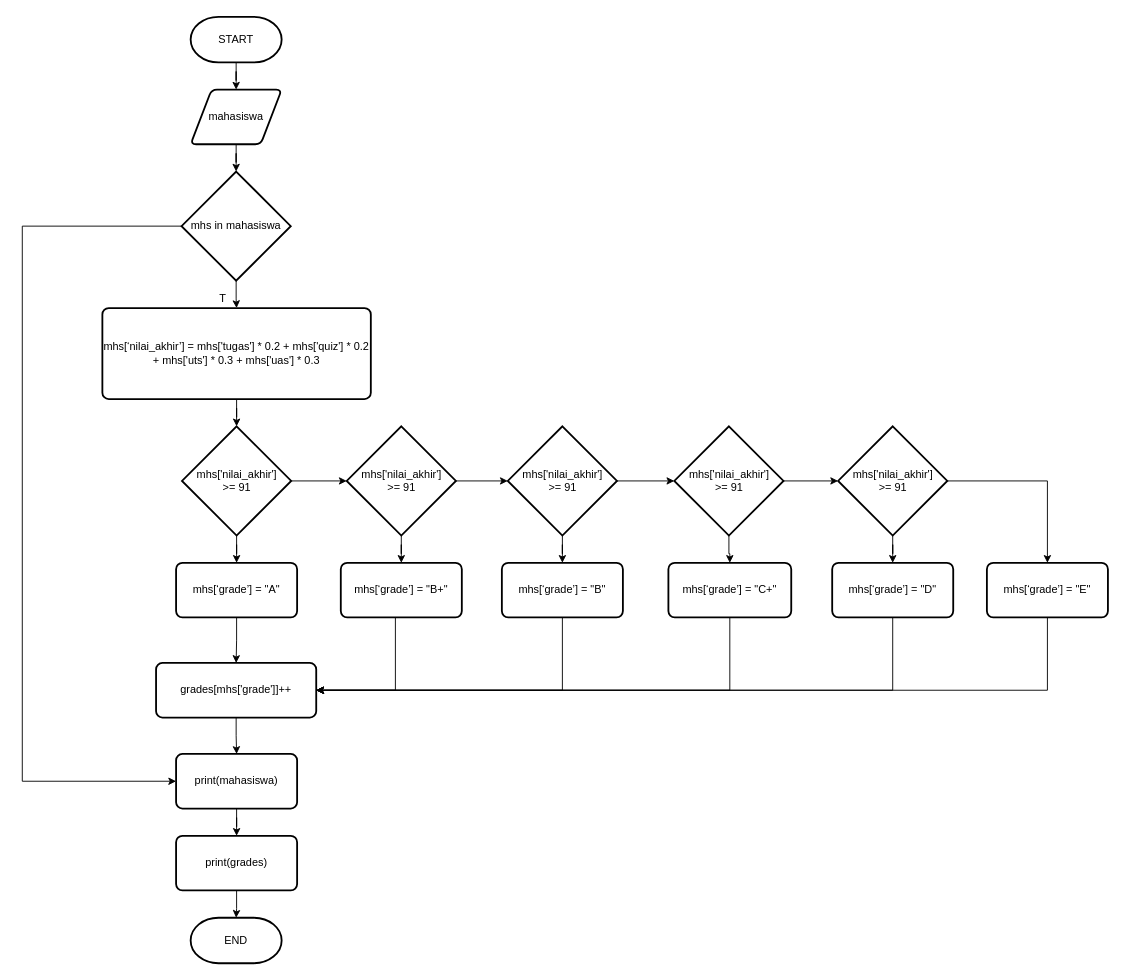
This is page "Page-2" (2 of 4) of 1.drawio from riezq25/uts-alpro-std, a draw.io file, before an edit. Source tidied: cells renumbered, new cells numbered last; positions are measured from the earlier drawing's top-left corner, leaving out a move shared by most shapes. Both pictures are drawn from the tidied source at 91%, with x=0, y=0 at pixel (22, 16).
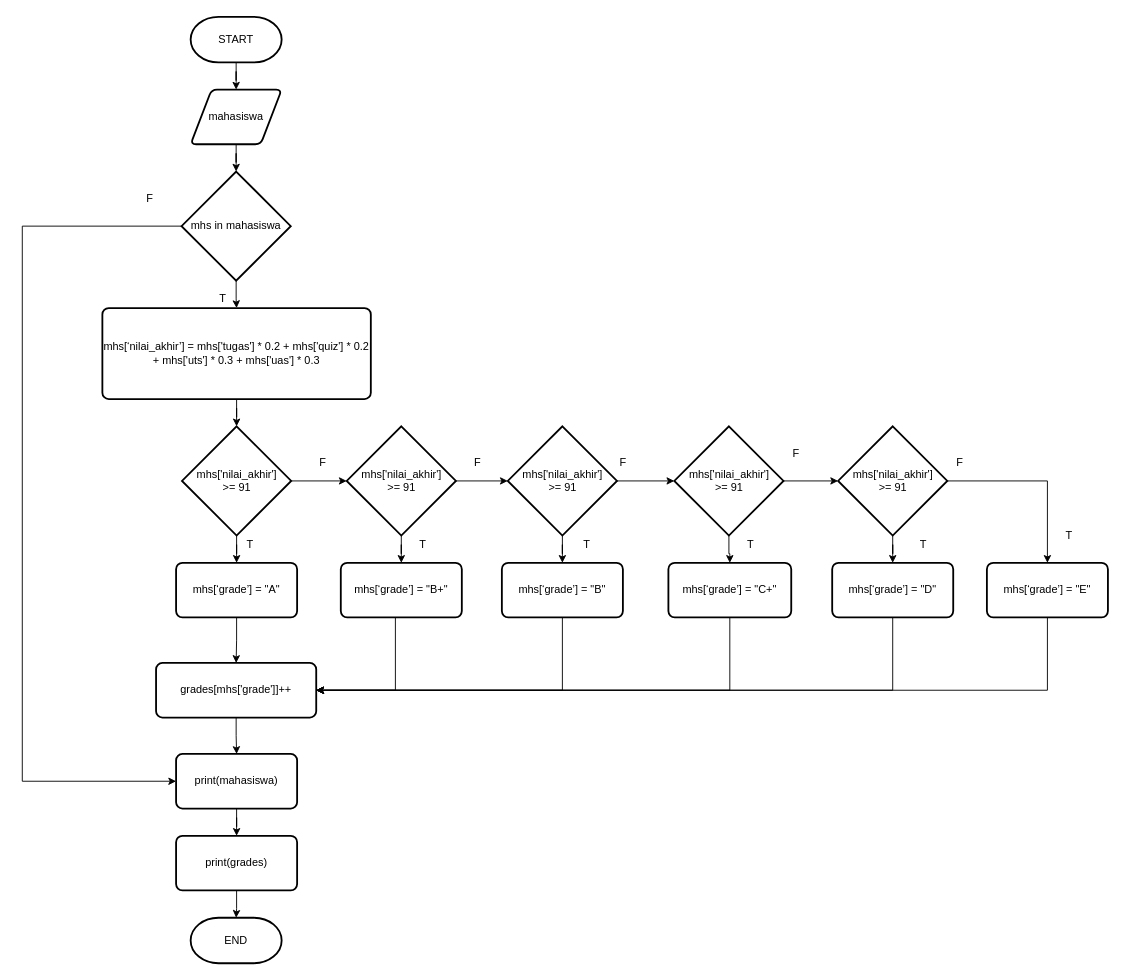
The same page after the edit.

The edit, as a diff of the source:
```diff
@@
+    <mxCell id="46" value="T" style="text;html=1;align=center;verticalAlign=middle;strokeColor=none;fillColor=none;" parent="1" vertex="1">
+      <mxGeometry x="235" y="565" width="30" height="30" as="geometry" />
+    </mxCell>
+    <mxCell id="47" value="F" style="text;html=1;align=center;verticalAlign=middle;strokeColor=none;fillColor=none;" parent="1" vertex="1">
+      <mxGeometry x="315" y="475" width="30" height="30" as="geometry" />
+    </mxCell>
+    <mxCell id="48" value="T" style="text;html=1;align=center;verticalAlign=middle;strokeColor=none;fillColor=none;" parent="1" vertex="1">
+      <mxGeometry x="425" y="565" width="30" height="30" as="geometry" />
+    </mxCell>
+    <mxCell id="49" value="F" style="text;html=1;align=center;verticalAlign=middle;strokeColor=none;fillColor=none;" parent="1" vertex="1">
+      <mxGeometry x="485" y="475" width="30" height="30" as="geometry" />
+    </mxCell>
+    <mxCell id="50" value="T" style="text;html=1;align=center;verticalAlign=middle;strokeColor=none;fillColor=none;" parent="1" vertex="1">
+      <mxGeometry x="605" y="565" width="30" height="30" as="geometry" />
+    </mxCell>
+    <mxCell id="51" value="T" style="text;html=1;align=center;verticalAlign=middle;strokeColor=none;fillColor=none;" parent="1" vertex="1">
+      <mxGeometry x="785" y="565" width="30" height="30" as="geometry" />
+    </mxCell>
+    <mxCell id="52" value="T" style="text;html=1;align=center;verticalAlign=middle;strokeColor=none;fillColor=none;" parent="1" vertex="1">
+      <mxGeometry x="975" y="565" width="30" height="30" as="geometry" />
+    </mxCell>
+    <mxCell id="53" value="F" style="text;html=1;align=center;verticalAlign=middle;strokeColor=none;fillColor=none;" parent="1" vertex="1">
+      <mxGeometry x="645" y="475" width="30" height="30" as="geometry" />
+    </mxCell>
+    <mxCell id="54" value="F" style="text;html=1;align=center;verticalAlign=middle;strokeColor=none;fillColor=none;" parent="1" vertex="1">
+      <mxGeometry x="835" y="465" width="30" height="30" as="geometry" />
+    </mxCell>
+    <mxCell id="55" value="F" style="text;html=1;align=center;verticalAlign=middle;strokeColor=none;fillColor=none;" parent="1" vertex="1">
+      <mxGeometry x="1015" y="475" width="30" height="30" as="geometry" />
+    </mxCell>
+    <mxCell id="56" value="T" style="text;html=1;align=center;verticalAlign=middle;strokeColor=none;fillColor=none;" parent="1" vertex="1">
+      <mxGeometry x="1135" y="555" width="30" height="30" as="geometry" />
+    </mxCell>
+    <mxCell id="57" value="F" style="text;html=1;align=center;verticalAlign=middle;strokeColor=none;fillColor=none;" parent="1" vertex="1">
+      <mxGeometry x="125" y="185" width="30" height="30" as="geometry" />
+    </mxCell>
```
